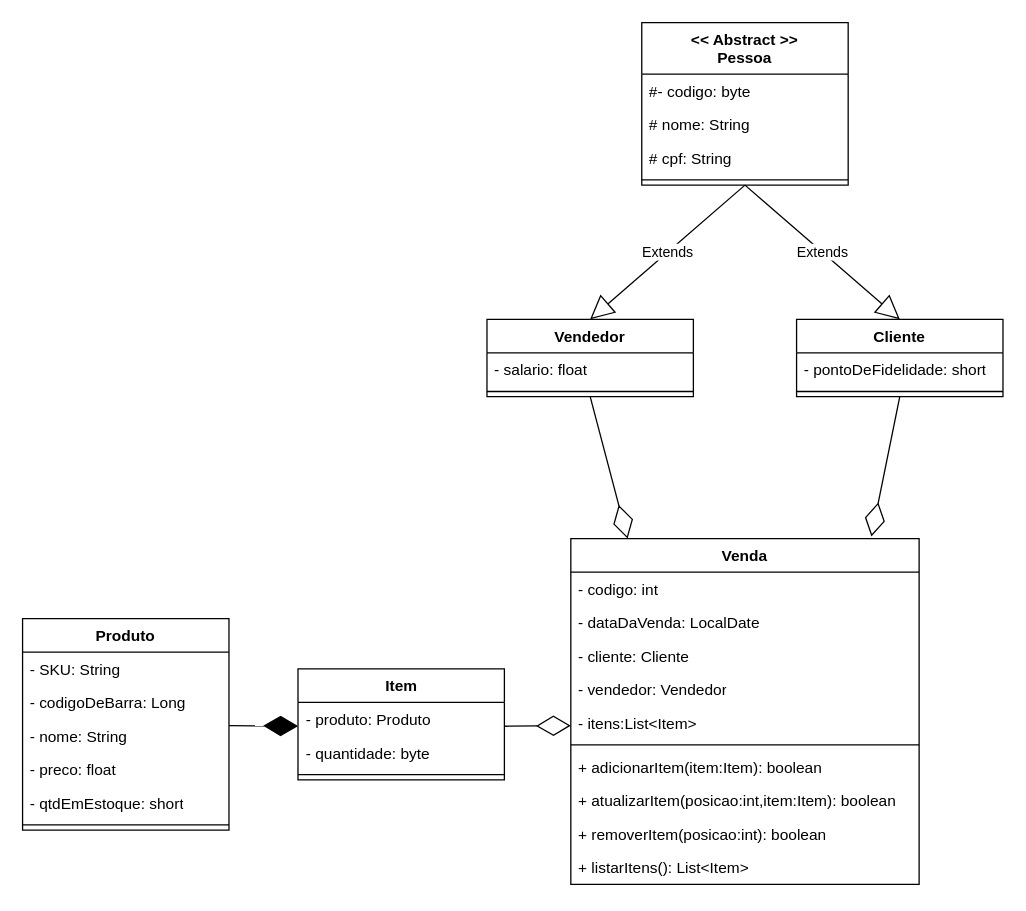
Before: loja_classdiagram.drawio in laurasultan/java, a draw.io diagram. Source tidied: cells renumbered, new cells numbered last; positions are measured from the earlier drawing's top-left corner, leaving out a move shared by most shapes. Both pictures are drawn from the tidied source at 129%, with x=0, y=0 at pixel (22, 22).
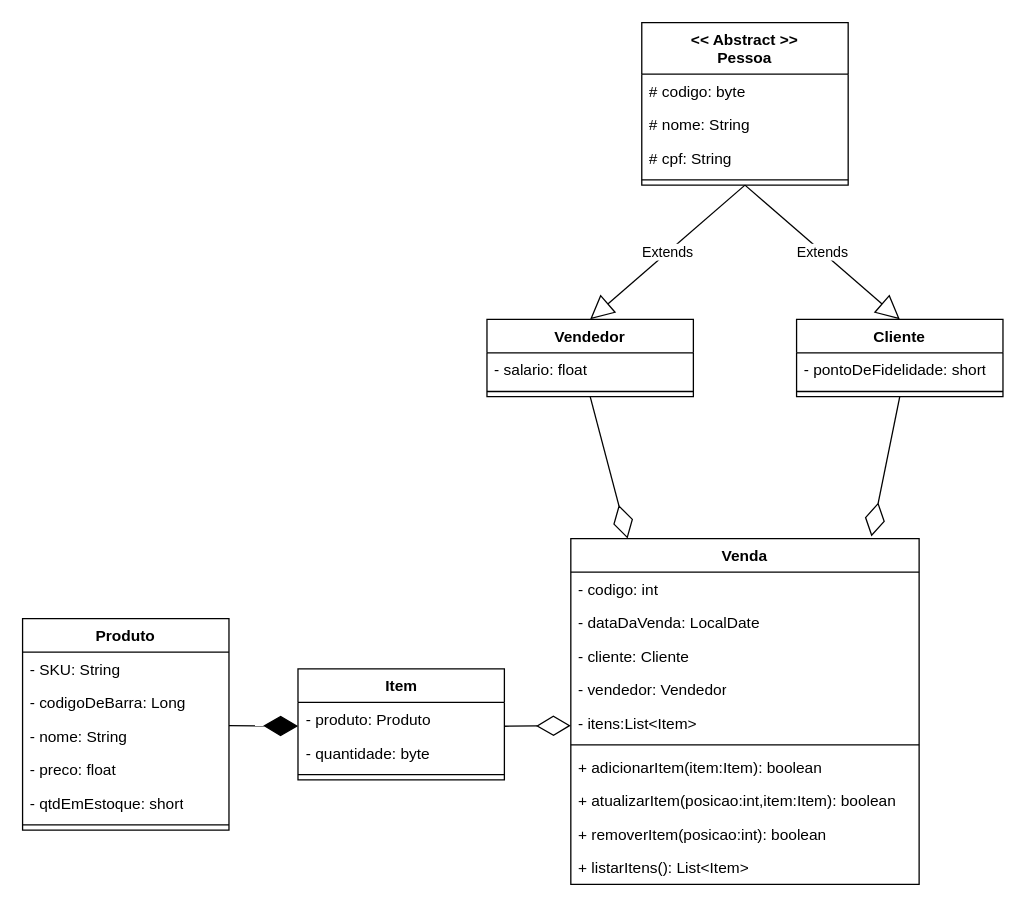
After the change.

Unchanged cells that the change refers to:
```xml
<mxCell id="20" value="&lt;div&gt;&amp;lt;&amp;lt; Abstract &amp;gt;&amp;gt;&lt;br&gt;&lt;/div&gt;&lt;div&gt;Pessoa&lt;/div&gt;" style="swimlane;fontStyle=1;align=center;verticalAlign=top;horizontal=1;startSize=40;whiteSpace=wrap;html=1;" parent="1" vertex="1">
  <mxGeometry x="480" width="160" height="126" as="geometry" />
</mxCell>
```

Change to the diagram source:
```diff
@@
-    <mxCell id="21" value="#- codigo: byte" style="text;strokeColor=none;fillColor=none;align=left;verticalAlign=top;spacingLeft=4;spacingRight=4;overflow=hidden;whiteSpace=wrap;html=1;" parent="20" vertex="1">
+    <mxCell id="21" value="# codigo: byte" style="text;strokeColor=none;fillColor=none;align=left;verticalAlign=top;spacingLeft=4;spacingRight=4;overflow=hidden;whiteSpace=wrap;html=1;" parent="20" vertex="1">
       <mxGeometry y="40" width="160" height="26" as="geometry" />
     </mxCell>
```
